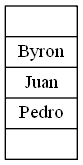
This is Inorden.png from ByLy23/Scrabble_CPP, a Graphviz export, as it was before one commit. Its source is kept beside it as Inorden.dot.
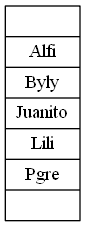
After the change.

Change to the diagram source:
```diff
@@ -1,4 +1,4 @@
 digraph graficaInorden{
  linkdir=LR
- arreglo[shape= record label= "{|Byron|Juan|Pedro|}"];
+ arreglo[shape= record label= "{|Alfi|Byly|Juanito|Lili|Pgre|}"];
 }
```
